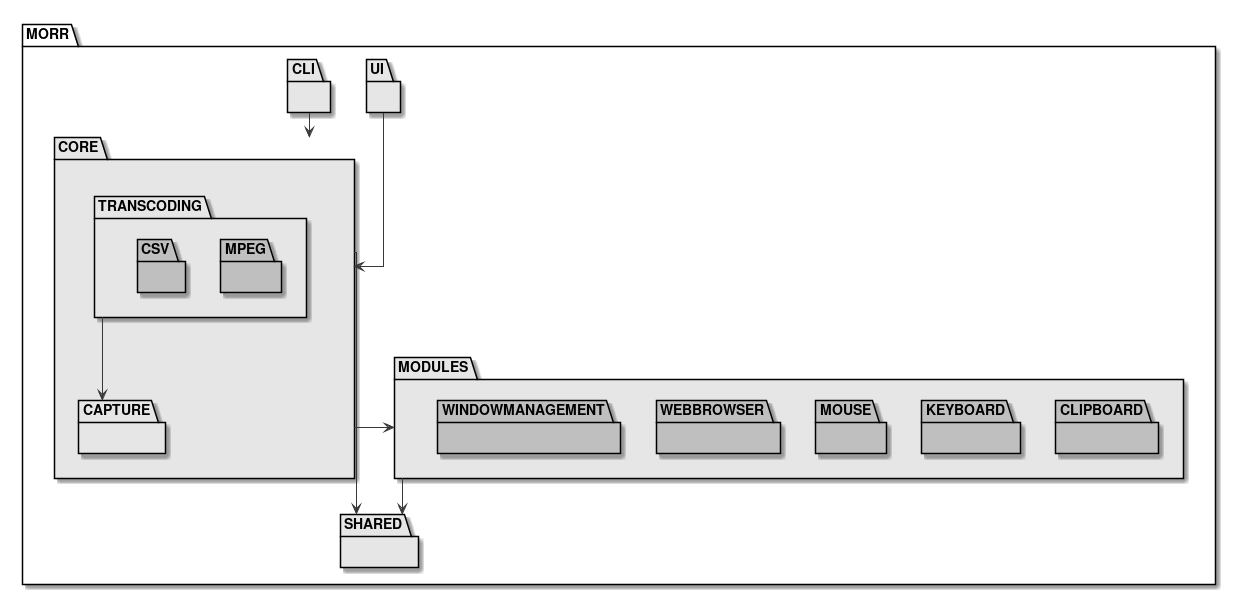
This is documents/sd/resources/Packages/AllPackages.png from insightmind/MORR, a PlantUML export, as it was before one commit.
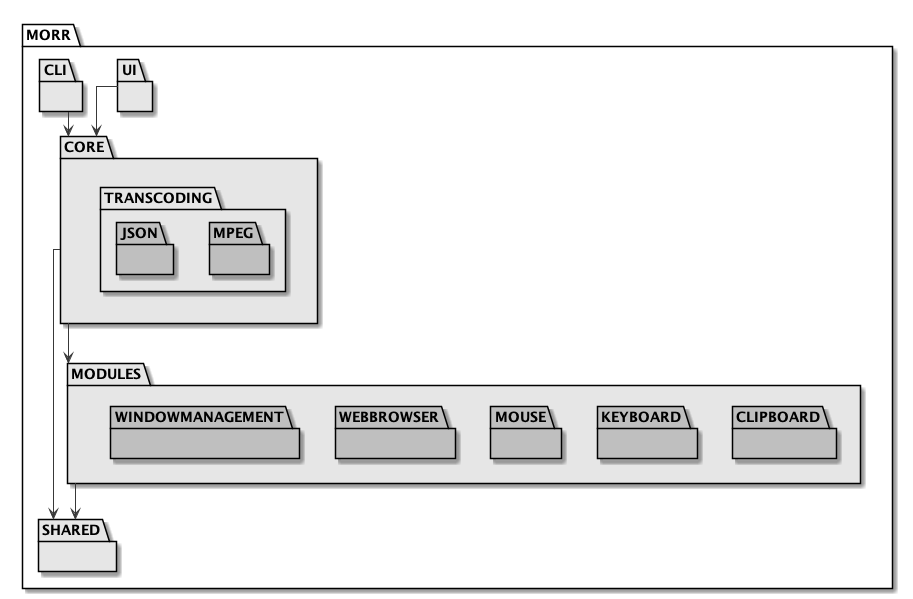
Later version of the same file.

The edit, as a diff of the source:
```diff
@@ -9,15 +9,11 @@
 
             }
 
-            package "CSV" #BFBFBF {
+            package "JSON" #BFBFBF {
 
             }
         }
-        package "CAPTURE" #E6E6E6 {
-
-        }
     }
-
 
     package "UI" #E6E6E6 {
 
@@ -56,9 +52,8 @@
 
     CLI --> CORE
     UI --> CORE
+    CORE --> SHARED
     CORE --> MODULES
     MODULES --> SHARED
-    TRANSCODING --> CAPTURE
-    CORE --> SHARED
 }
 @enduml
```
